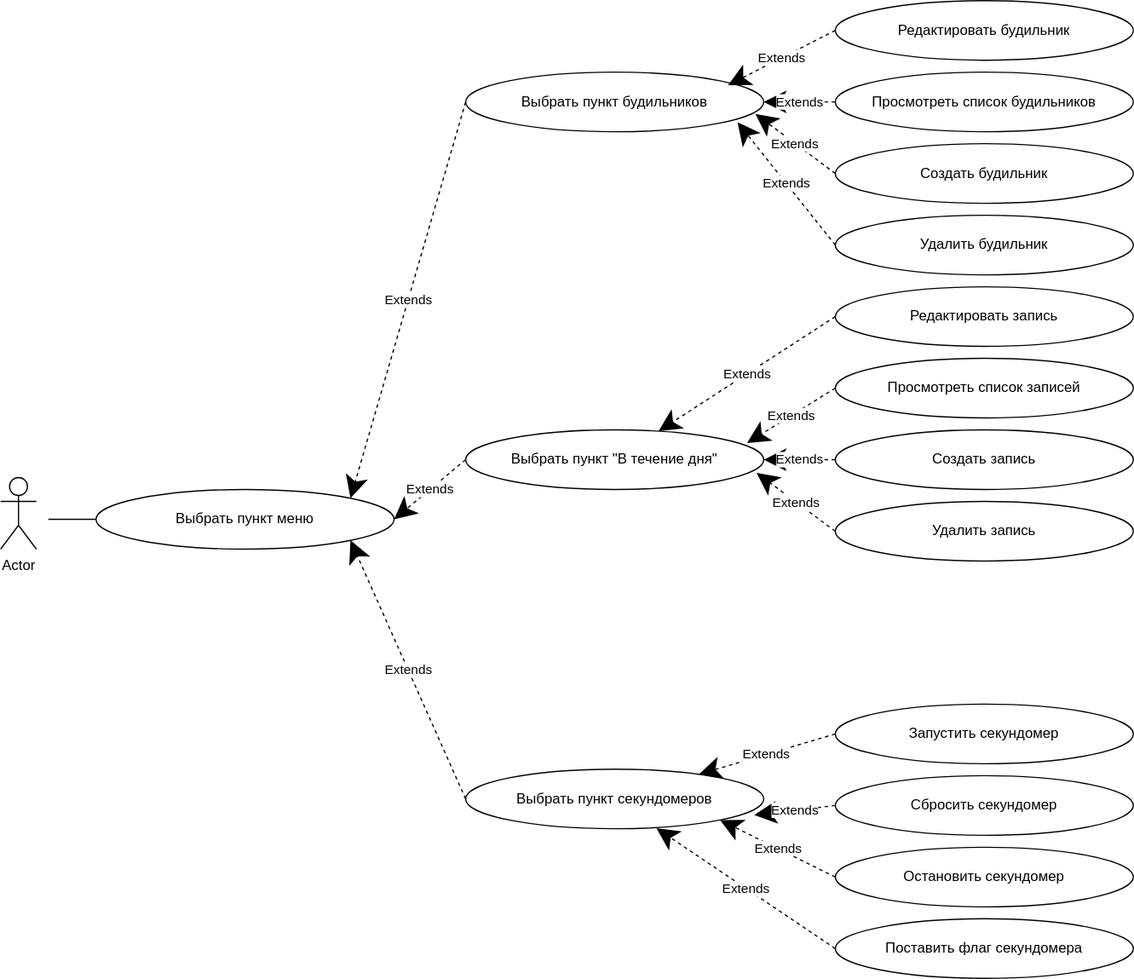
Before: Изображения/Лаба-Сценарии использования.svg, a diagram exported from draw.io (izen57/PPO). Source tidied: cells renumbered, new cells last; positions are measured from the earlier drawing's top-left corner, leaving out a move shared by most shapes.
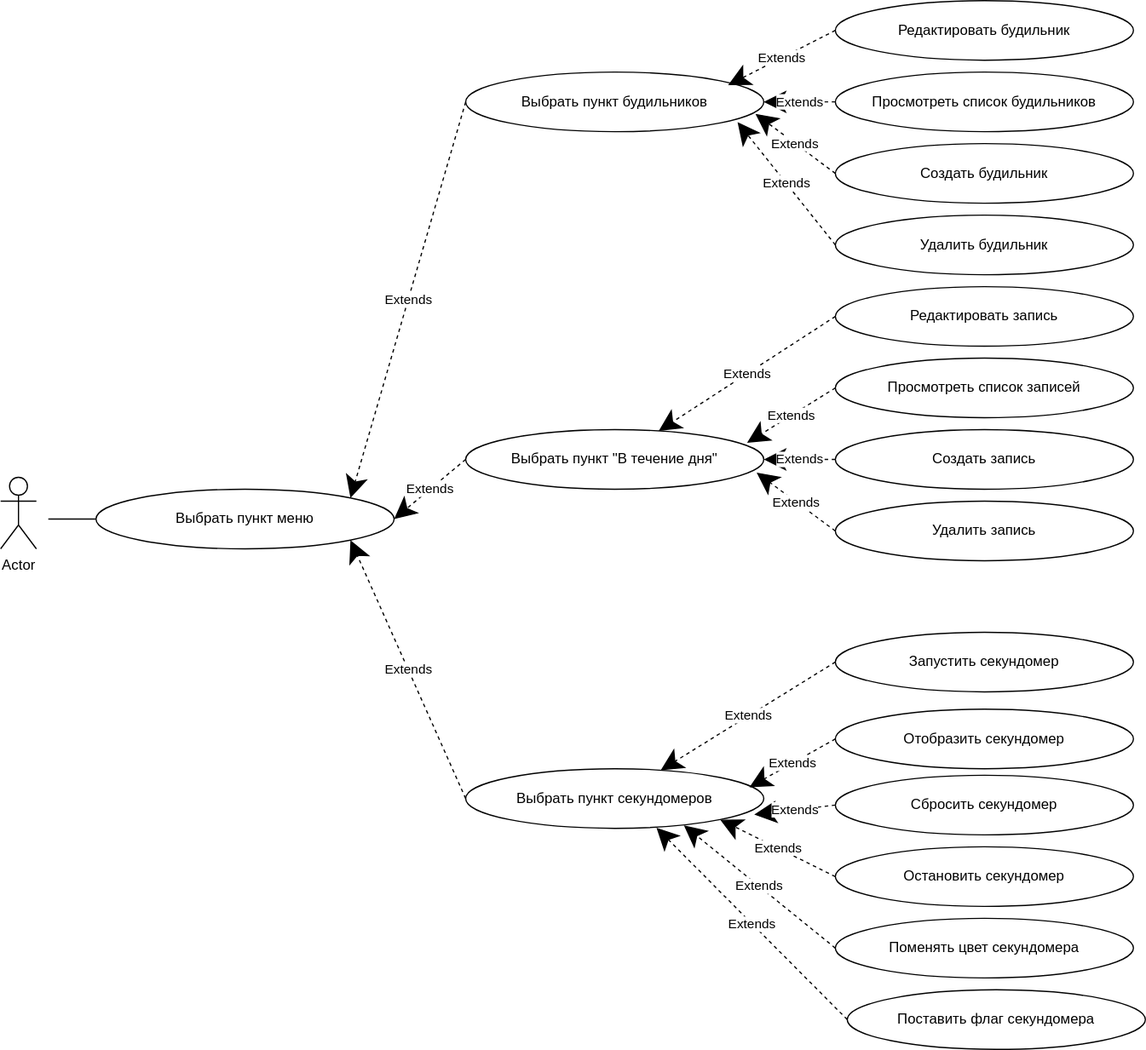
After the commit.

What changed in the source:
```diff
@@ -9,7 +9,7 @@
       <mxGeometry x="700" y="360" width="250" height="50" as="geometry" />
     </mxCell>
     <mxCell id="4" value="Запустить секундомер" style="ellipse;whiteSpace=wrap;html=1;" parent="1" vertex="1">
-      <mxGeometry x="700" y="590" width="250" height="50" as="geometry" />
+      <mxGeometry x="700" y="530" width="250" height="50" as="geometry" />
     </mxCell>
     <mxCell id="5" value="Выбрать пункт меню" style="ellipse;whiteSpace=wrap;html=1;" parent="1" vertex="1">
       <mxGeometry x="80" y="410" width="250" height="50" as="geometry" />
@@ -98,8 +98,20 @@
     <mxCell id="32" value="Extends" style="endArrow=classic;endSize=16;endFill=1;html=1;rounded=0;exitX=0;exitY=0.5;exitDx=0;exitDy=0;dashed=1;entryX=1;entryY=1;entryDx=0;entryDy=0;" parent="1" edge="1" source="31" target="13">
       <mxGeometry relative="1" as="geometry" />
     </mxCell>
+    <mxCell id="35" value="Отобразить секундомер" style="ellipse;whiteSpace=wrap;html=1;" parent="1" vertex="1">
+      <mxGeometry x="700" y="594.5" width="250" height="50" as="geometry" />
+    </mxCell>
+    <mxCell id="36" value="Extends" style="endArrow=classic;endSize=16;endFill=1;html=1;rounded=0;entryX=0.952;entryY=0.31;entryDx=0;entryDy=0;exitX=0;exitY=0.5;exitDx=0;exitDy=0;dashed=1;entryPerimeter=0;" parent="1" edge="1" source="35" target="13">
+      <mxGeometry relative="1" as="geometry" />
+    </mxCell>
+    <mxCell id="37" value="Поменять цвет секундомера" style="ellipse;whiteSpace=wrap;html=1;" parent="1" vertex="1">
+      <mxGeometry x="700" y="770" width="250" height="50" as="geometry" />
+    </mxCell>
+    <mxCell id="38" value="Extends" style="endArrow=classic;endSize=16;endFill=1;html=1;rounded=0;exitX=0;exitY=0.5;exitDx=0;exitDy=0;dashed=1;entryX=0.732;entryY=0.95;entryDx=0;entryDy=0;entryPerimeter=0;" parent="1" edge="1" source="37" target="13">
+      <mxGeometry relative="1" as="geometry" />
+    </mxCell>
     <mxCell id="33" value="Поставить флаг секундомера" style="ellipse;whiteSpace=wrap;html=1;" parent="1" vertex="1">
-      <mxGeometry x="700" y="770" width="250" height="50" as="geometry" />
+      <mxGeometry x="710" y="830" width="250" height="50" as="geometry" />
     </mxCell>
     <mxCell id="34" value="Extends" style="endArrow=classic;endSize=16;endFill=1;html=1;rounded=0;exitX=0;exitY=0.5;exitDx=0;exitDy=0;dashed=1;entryX=0.64;entryY=0.99;entryDx=0;entryDy=0;entryPerimeter=0;" parent="1" edge="1" source="33" target="13">
       <mxGeometry relative="1" as="geometry" />
```
